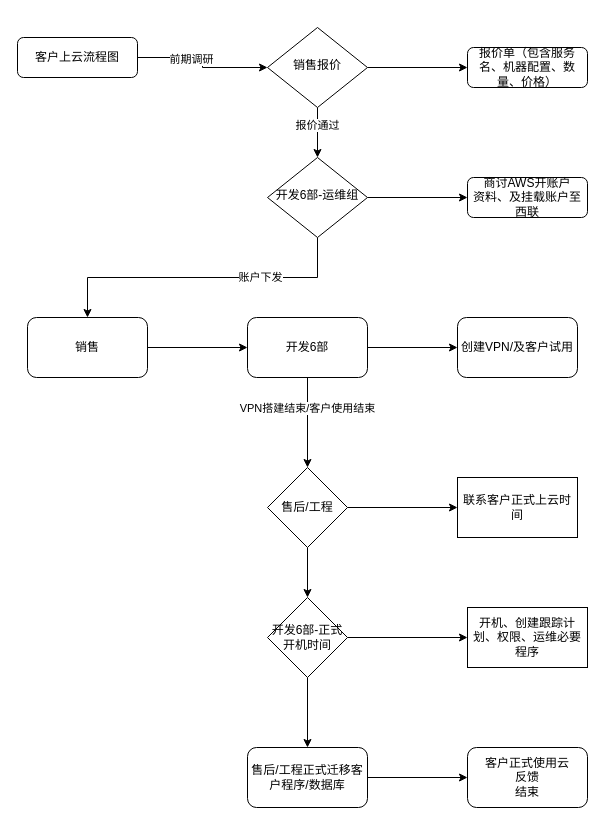
Earlier version of the draw.io diagram 客户上云流程.drawio (xiaoxin1991/Odoo-App-Auth-OAuth-Keycloak). Source tidied: cells renumbered, new cells numbered last; positions are measured from the earlier drawing's top-left corner, leaving out a move shared by most shapes. Both pictures are drawn from the tidied source at 100%, with x=0, y=0 at pixel (17, 27).
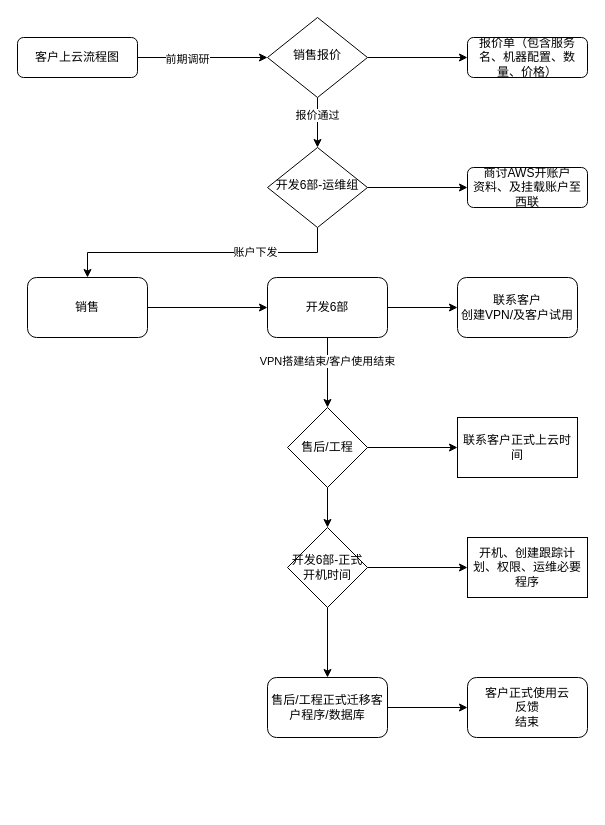
The same page after the edit.

Commit message (it also covers changes not shown here):
更新客户上云流程.drawio

The edit, as a diff of the source:
```diff
@@
     <mxCell id="8" value="销售报价" style="rhombus;whiteSpace=wrap;html=1;shadow=0;fontFamily=Helvetica;fontSize=12;align=center;strokeWidth=1;spacing=6;spacingTop=-4;" parent="1" vertex="1">
-      <mxGeometry x="250" width="100" height="80" as="geometry" />
+      <mxGeometry x="250" y="-10" width="100" height="80" as="geometry" />
     </mxCell>
     <mxCell id="9" value="报价单（包含服务名、机器配置、数量、价格）" style="rounded=1;whiteSpace=wrap;html=1;fontSize=12;glass=0;strokeWidth=1;shadow=0;" parent="1" vertex="1">
-      <mxGeometry x="450" y="20" width="120" height="40" as="geometry" />
+      <mxGeometry x="450" y="10" width="120" height="40" as="geometry" />
     </mxCell>
@@
     <mxCell id="13" value="开发6部-运维组" style="rhombus;whiteSpace=wrap;html=1;shadow=0;fontFamily=Helvetica;fontSize=12;align=center;strokeWidth=1;spacing=6;spacingTop=-4;" parent="1" vertex="1">
-      <mxGeometry x="250" y="130" width="100" height="80" as="geometry" />
+      <mxGeometry x="250" y="120" width="100" height="80" as="geometry" />
     </mxCell>
     <mxCell id="14" value="商讨AWS开账户&lt;br&gt;资料、及挂载账户至西联" style="rounded=1;whiteSpace=wrap;html=1;fontSize=12;glass=0;strokeWidth=1;shadow=0;" parent="1" vertex="1">
-      <mxGeometry x="450" y="150" width="120" height="40" as="geometry" />
+      <mxGeometry x="450" y="140" width="120" height="40" as="geometry" />
     </mxCell>
@@
     <mxCell id="16" value="销售" style="rounded=1;whiteSpace=wrap;html=1;" parent="1" vertex="1">
-      <mxGeometry x="10" y="290" width="120" height="60" as="geometry" />
+      <mxGeometry x="10" y="250" width="120" height="60" as="geometry" />
     </mxCell>
@@
     <mxCell id="20" value="开发6部" style="rounded=1;whiteSpace=wrap;html=1;" parent="1" vertex="1">
-      <mxGeometry x="230" y="290" width="120" height="60" as="geometry" />
+      <mxGeometry x="250" y="250" width="120" height="60" as="geometry" />
     </mxCell>
-    <mxCell id="21" value="创建VPN/及客户试用" style="rounded=1;whiteSpace=wrap;html=1;" parent="1" vertex="1">
-      <mxGeometry x="440" y="290" width="120" height="60" as="geometry" />
+    <mxCell id="21" value="联系客户&lt;br&gt;创建VPN/及客户试用" style="rounded=1;whiteSpace=wrap;html=1;" parent="1" vertex="1">
+      <mxGeometry x="440" y="250" width="120" height="60" as="geometry" />
     </mxCell>
@@
     <mxCell id="24" value="售后/工程" style="rhombus;whiteSpace=wrap;html=1;" parent="1" vertex="1">
-      <mxGeometry x="250" y="440" width="80" height="80" as="geometry" />
+      <mxGeometry x="270" y="380" width="80" height="80" as="geometry" />
     </mxCell>
     <mxCell id="25" value="联系客户正式上云时间" style="rounded=0;whiteSpace=wrap;html=1;" parent="1" vertex="1">
-      <mxGeometry x="440" y="450" width="120" height="60" as="geometry" />
+      <mxGeometry x="440" y="390" width="120" height="60" as="geometry" />
     </mxCell>
@@
     <mxCell id="28" value="开发6部-正式开机时间" style="rhombus;whiteSpace=wrap;html=1;" parent="1" vertex="1">
-      <mxGeometry x="250" y="570" width="80" height="80" as="geometry" />
+      <mxGeometry x="270" y="500" width="80" height="80" as="geometry" />
     </mxCell>
@@
     <mxCell id="30" value="售后/工程正式迁移客户程序/数据库" style="rounded=1;whiteSpace=wrap;html=1;" parent="1" vertex="1">
-      <mxGeometry x="230" y="720" width="120" height="60" as="geometry" />
+      <mxGeometry x="250" y="650" width="120" height="60" as="geometry" />
     </mxCell>
     <mxCell id="31" value="开机、创建跟踪计划、权限、运维必要程序" style="rounded=0;whiteSpace=wrap;html=1;" parent="1" vertex="1">
-      <mxGeometry x="450" y="580" width="120" height="60" as="geometry" />
+      <mxGeometry x="450" y="510" width="120" height="60" as="geometry" />
     </mxCell>
     <mxCell id="32" value="客户正式使用云&lt;br&gt;反馈&lt;br&gt;结束" style="rounded=1;whiteSpace=wrap;html=1;" parent="1" vertex="1">
-      <mxGeometry x="450" y="720" width="120" height="60" as="geometry" />
+      <mxGeometry x="450" y="650" width="120" height="60" as="geometry" />
     </mxCell>
```
